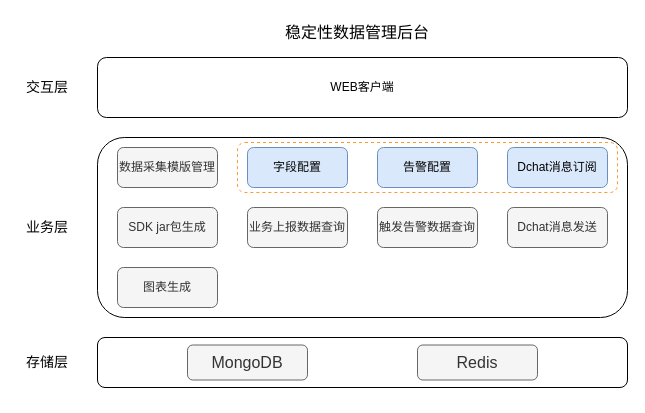
Above: drawio/稳定性数据管理平台业务架构.drawio in xiaofang168/files (draw.io), before the change. Source tidied: cells renumbered, new cells numbered last; positions are measured from the earlier drawing's top-left corner, leaving out a move shared by most shapes. Both pictures are drawn from the tidied source at 100%, with x=0, y=0 at pixel (17, 17).
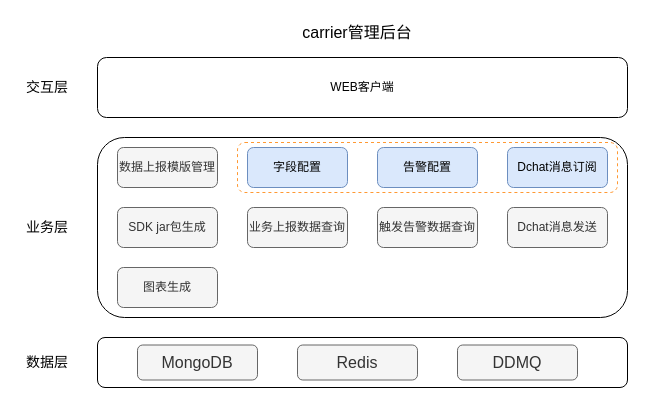
The same page after the edit.

Commit message:
更新稳定性数据管理平台业务架构.drawio

Change to the diagram source:
```diff
@@
-    <mxCell id="6" value="数据采集模版管理" style="rounded=1;whiteSpace=wrap;html=1;fillColor=#f5f5f5;fontColor=#333333;strokeColor=#666666;" parent="1" vertex="1">
+    <mxCell id="6" value="数据上报模版管理" style="rounded=1;whiteSpace=wrap;html=1;fillColor=#f5f5f5;fontColor=#333333;strokeColor=#666666;" parent="1" vertex="1">
       <mxGeometry x="100" y="130" width="100" height="40" as="geometry" />
     </mxCell>
@@
-    <mxCell id="14" value="存储层" style="text;html=1;strokeColor=none;fillColor=none;align=center;verticalAlign=middle;whiteSpace=wrap;rounded=0;fontSize=14;" parent="1" vertex="1">
+    <mxCell id="14" value="数据层" style="text;html=1;strokeColor=none;fillColor=none;align=center;verticalAlign=middle;whiteSpace=wrap;rounded=0;fontSize=14;" parent="1" vertex="1">
       <mxGeometry y="330" width="60" height="30" as="geometry" />
     </mxCell>
-    <mxCell id="15" value="稳定性数据管理后台" style="text;html=1;strokeColor=none;fillColor=none;align=center;verticalAlign=middle;whiteSpace=wrap;rounded=0;fontSize=16;" parent="1" vertex="1">
+    <mxCell id="15" value="carrier管理后台" style="text;html=1;strokeColor=none;fillColor=none;align=center;verticalAlign=middle;whiteSpace=wrap;rounded=0;fontSize=16;" parent="1" vertex="1">
       <mxGeometry x="250" width="180" height="30" as="geometry" />
     </mxCell>
@@
     <mxCell id="21" value="MongoDB" style="rounded=1;whiteSpace=wrap;html=1;fontSize=16;fillColor=#f5f5f5;strokeColor=#666666;fontColor=#333333;" parent="1" vertex="1">
-      <mxGeometry x="170" y="327.5" width="120" height="35" as="geometry" />
+      <mxGeometry x="120" y="327.5" width="120" height="35" as="geometry" />
     </mxCell>
     <mxCell id="22" value="Redis" style="rounded=1;whiteSpace=wrap;html=1;fontSize=16;fillColor=#f5f5f5;strokeColor=#666666;fontColor=#333333;" parent="1" vertex="1">
-      <mxGeometry x="400" y="327.5" width="120" height="35" as="geometry" />
+      <mxGeometry x="280" y="327.5" width="120" height="35" as="geometry" />
     </mxCell>
+    <mxCell id="23" value="DDMQ" style="rounded=1;whiteSpace=wrap;html=1;fontSize=16;fillColor=#f5f5f5;strokeColor=#666666;fontColor=#333333;" parent="1" vertex="1">
+      <mxGeometry x="440" y="327.5" width="120" height="35" as="geometry" />
+    </mxCell>
```
